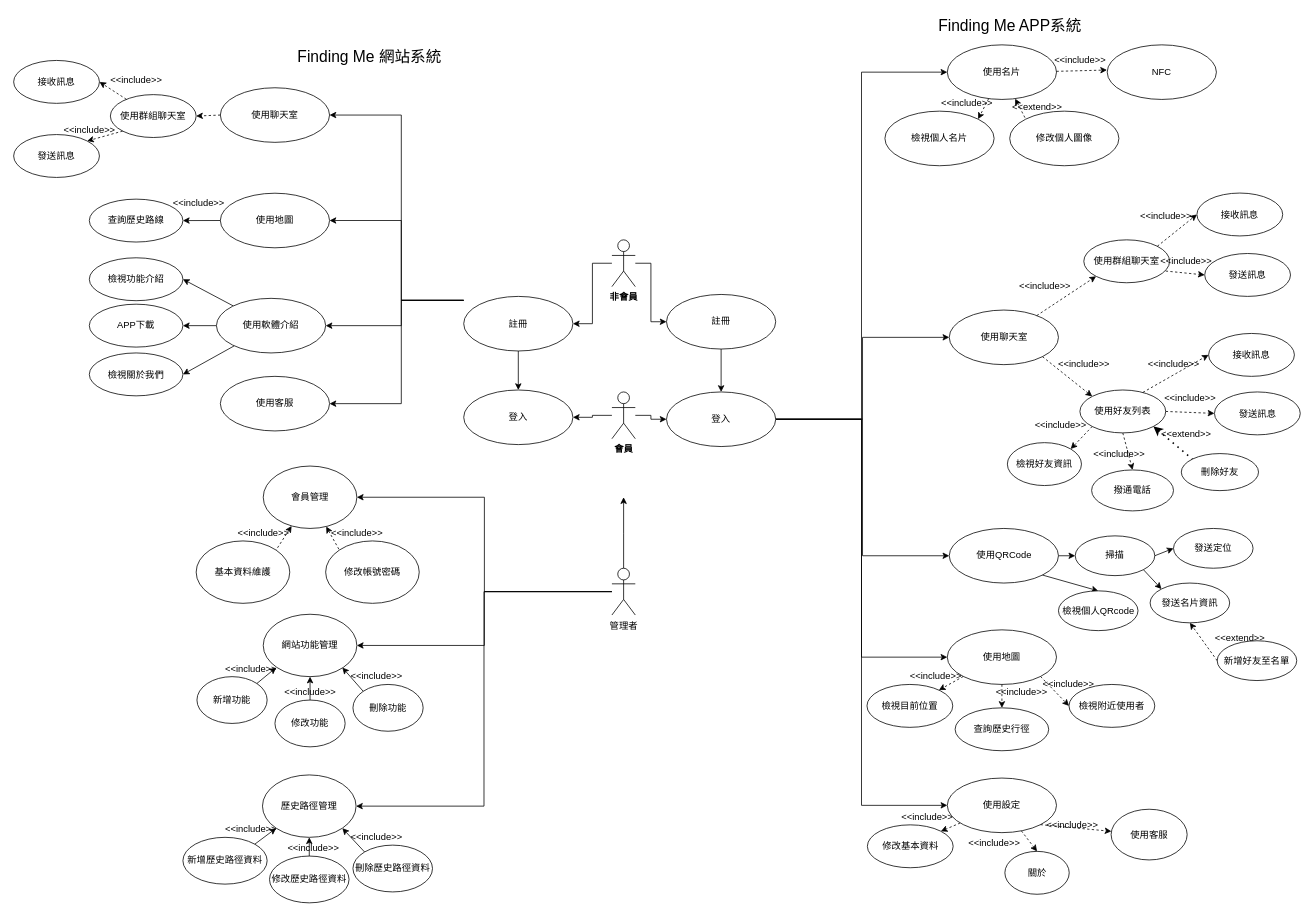
Before: page "使用個案圖" (1 of 3) of Untitled Diagram.drawio in may900620/codepanimg, a draw.io diagram. Source tidied: cells renumbered, new cells numbered last; positions are measured from the earlier drawing's top-left corner, leaving out a move shared by most shapes. Both pictures are drawn from the tidied source at 78%, with x=0, y=0 at pixel (13, 13).
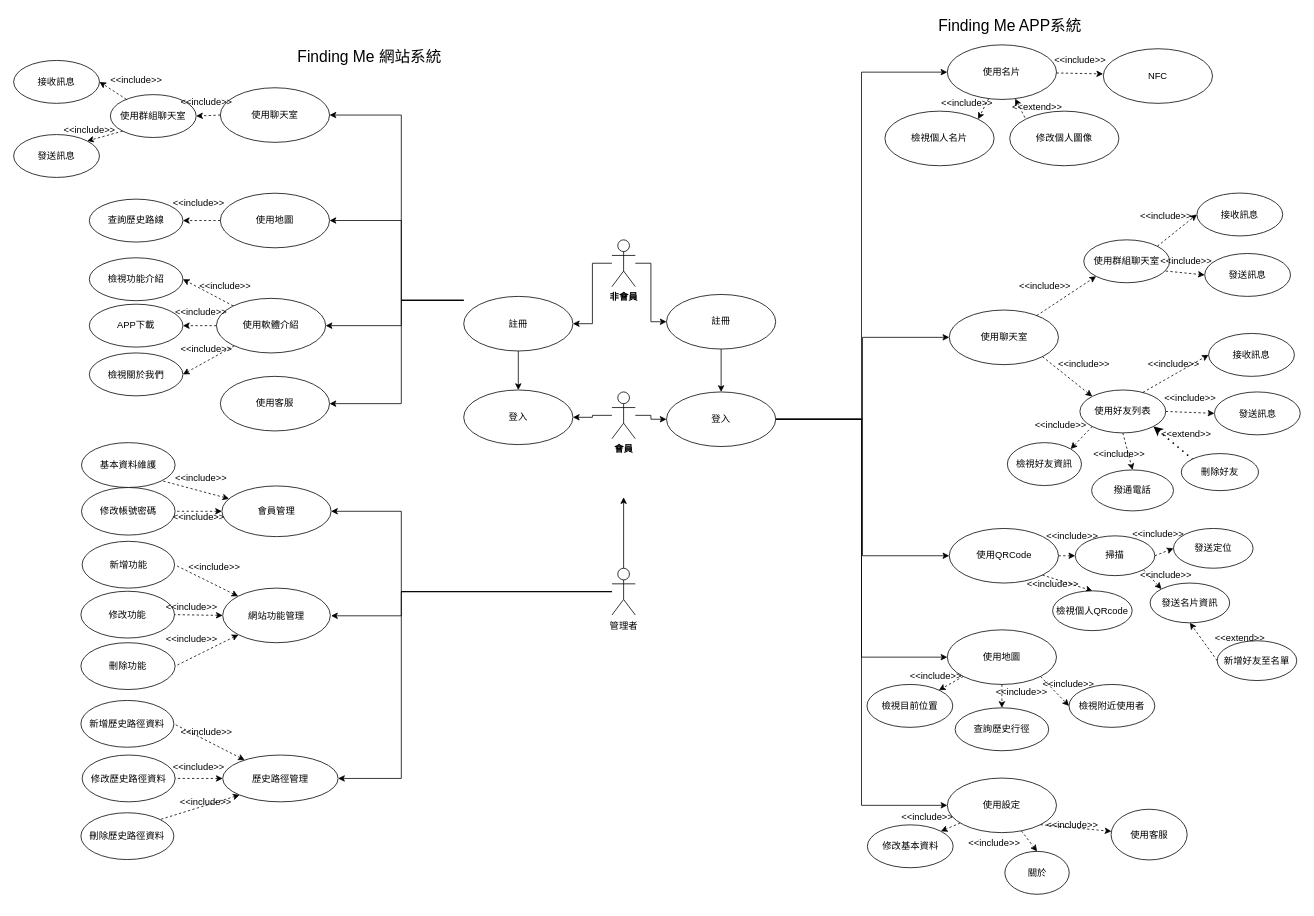
The same page after the edit.

The change refers to these unchanged cells:
```xml
<mxCell id="12" value="管理者" style="shape=umlActor;verticalLabelPosition=bottom;verticalAlign=top;html=1;fillColor=default;strokeColor=default;fontColor=default;" parent="1" vertex="1">
  <mxGeometry x="767" y="711" width="30" height="60" as="geometry" />
</mxCell>
<mxCell id="16" value="&lt;div&gt;發送定位&lt;/div&gt;" style="ellipse;whiteSpace=wrap;html=1;fillColor=default;strokeColor=default;fontColor=default;" parent="1" vertex="1">
  <mxGeometry x="1487" y="660" width="102" height="51" as="geometry" />
</mxCell>
<mxCell id="20" value="使用QRCode" style="ellipse;whiteSpace=wrap;html=1;fillColor=default;strokeColor=default;fontColor=default;" parent="1" vertex="1">
  <mxGeometry x="1199.5" y="660" width="140" height="70" as="geometry" />
</mxCell>
<mxCell id="38" value="&lt;div&gt;發送名片資訊&lt;/div&gt;" style="ellipse;whiteSpace=wrap;html=1;fillColor=default;strokeColor=default;fontColor=default;" parent="1" vertex="1">
  <mxGeometry x="1457" y="730" width="102" height="51" as="geometry" />
</mxCell>
<mxCell id="128" value="掃描" style="ellipse;whiteSpace=wrap;html=1;fillColor=default;strokeColor=default;fontColor=default;" parent="1" vertex="1">
  <mxGeometry x="1361" y="669.5" width="102" height="51" as="geometry" />
</mxCell>
<mxCell id="138" value="查詢歷史路線" style="ellipse;whiteSpace=wrap;html=1;fillColor=default;strokeColor=default;fontColor=default;" parent="1" vertex="1">
  <mxGeometry x="97" y="237.8" width="120" height="55" as="geometry" />
</mxCell>
<mxCell id="139" value="&lt;div&gt;使用地圖&lt;/div&gt;" style="ellipse;whiteSpace=wrap;html=1;fillColor=default;strokeColor=default;fontColor=default;" parent="1" vertex="1">
  <mxGeometry x="265" y="230.2" width="140" height="70" as="geometry" />
</mxCell>
<mxCell id="145" value="使用軟體介紹" style="ellipse;whiteSpace=wrap;html=1;fillColor=default;strokeColor=default;fontColor=default;" parent="1" vertex="1">
  <mxGeometry x="260" y="365" width="140" height="70" as="geometry" />
</mxCell>
<mxCell id="146" value="檢視功能介紹" style="ellipse;whiteSpace=wrap;html=1;fillColor=default;strokeColor=default;fontColor=default;" parent="1" vertex="1">
  <mxGeometry x="97" y="313" width="120" height="55" as="geometry" />
</mxCell>
<mxCell id="147" value="APP下載" style="ellipse;whiteSpace=wrap;html=1;fillColor=default;strokeColor=default;fontColor=default;" parent="1" vertex="1">
  <mxGeometry x="97" y="372.5" width="120" height="55" as="geometry" />
</mxCell>
<mxCell id="148" value="檢視關於我們" style="ellipse;whiteSpace=wrap;html=1;fillColor=default;strokeColor=default;fontColor=default;" parent="1" vertex="1">
  <mxGeometry x="97" y="435" width="120" height="55" as="geometry" />
</mxCell>
```

Diff of the diagram source:
```diff
@@
     <mxCell id="9" style="edgeStyle=orthogonalEdgeStyle;rounded=0;jettySize=auto;html=1;entryX=1;entryY=0.5;entryDx=0;entryDy=0;startArrow=none;startFill=0;endArrow=classic;endFill=1;" parent="1" edge="1" source="12" target="90">
-      <mxGeometry relative="1" as="geometry" />
+      <mxGeometry relative="1" as="geometry">
+        <Array as="points">
+          <mxPoint x="497" y="741" />
+          <mxPoint x="497" y="638" />
+        </Array>
+      </mxGeometry>
     </mxCell>
-    <mxCell id="10" style="edgeStyle=orthogonalEdgeStyle;rounded=0;jettySize=auto;html=1;entryX=1;entryY=0.5;entryDx=0;entryDy=0;startArrow=none;startFill=0;endArrow=classic;endFill=1;" parent="1" edge="1" source="12" target="96">
-      <mxGeometry relative="1" as="geometry" />
-    </mxCell>
     <mxCell id="11" style="edgeStyle=orthogonalEdgeStyle;rounded=0;jettySize=auto;html=1;entryX=1;entryY=0.5;entryDx=0;entryDy=0;startArrow=none;startFill=0;endArrow=classic;endFill=1;" parent="1" edge="1" source="12" target="97">
-      <mxGeometry relative="1" as="geometry" />
+      <mxGeometry relative="1" as="geometry">
+        <Array as="points">
+          <mxPoint x="497" y="741" />
+          <mxPoint x="497" y="981" />
+          <mxPoint x="416" y="981" />
+        </Array>
+      </mxGeometry>
     </mxCell>
+    <mxCell id="150" style="edgeStyle=orthogonalEdgeStyle;rounded=0;jettySize=auto;html=1;startArrow=none;startFill=0;endArrow=classic;endFill=1;" parent="1" edge="1" source="12">
+      <mxGeometry relative="1" as="geometry">
+        <mxPoint x="407" y="772" as="targetPoint" />
+        <Array as="points">
+          <mxPoint x="497" y="741" />
+          <mxPoint x="497" y="772" />
+        </Array>
+      </mxGeometry>
+    </mxCell>
@@
-    <mxCell id="17" style="edgeStyle=none;rounded=0;jettySize=auto;html=1;entryX=0;entryY=0;entryDx=0;entryDy=0;labelBackgroundColor=default;fontColor=default;endArrow=classic;endFill=1;strokeColor=default;startArrow=none;startFill=0;exitX=1;exitY=1;exitDx=0;exitDy=0;" parent="1" edge="1" source="128" target="38">
+    <mxCell id="17" style="edgeStyle=none;rounded=0;jettySize=auto;html=1;entryX=0;entryY=0;entryDx=0;entryDy=0;labelBackgroundColor=default;fontColor=default;endArrow=classic;endFill=1;strokeColor=default;startArrow=none;startFill=0;exitX=1;exitY=1;exitDx=0;exitDy=0;dashed=1;" parent="1" edge="1" source="128" target="38">
       <mxGeometry relative="1" as="geometry" />
     </mxCell>
-    <mxCell id="18" style="edgeStyle=none;rounded=0;jettySize=auto;html=1;entryX=0;entryY=0.5;entryDx=0;entryDy=0;labelBackgroundColor=default;fontColor=default;endArrow=classic;endFill=1;strokeColor=default;startArrow=none;startFill=0;exitX=1;exitY=0.5;exitDx=0;exitDy=0;" parent="1" edge="1" source="128" target="16">
+    <mxCell id="18" style="edgeStyle=none;rounded=0;jettySize=auto;html=1;entryX=0;entryY=0.5;entryDx=0;entryDy=0;labelBackgroundColor=default;fontColor=default;endArrow=classic;endFill=1;strokeColor=default;startArrow=none;startFill=0;exitX=1;exitY=0.5;exitDx=0;exitDy=0;dashed=1;" parent="1" edge="1" source="128" target="16">
       <mxGeometry relative="1" as="geometry" />
     </mxCell>
-    <mxCell id="19" style="rounded=0;jettySize=auto;html=1;entryX=0;entryY=0.5;entryDx=0;entryDy=0;startArrow=none;startFill=0;endArrow=classic;endFill=1;" parent="1" edge="1" source="20" target="128">
+    <mxCell id="19" style="rounded=0;jettySize=auto;html=1;entryX=0;entryY=0.5;entryDx=0;entryDy=0;startArrow=none;startFill=0;endArrow=classic;endFill=1;dashed=1;" parent="1" edge="1" source="20" target="128">
       <mxGeometry relative="1" as="geometry" />
     </mxCell>
@@
-    <mxCell id="88" style="rounded=0;jettySize=auto;html=1;entryX=1;entryY=0;entryDx=0;entryDy=0;labelBackgroundColor=default;fontColor=default;endArrow=none;endFill=0;strokeColor=default;dashed=1;startArrow=classic;startFill=1;" parent="1" edge="1" source="90" target="92">
+    <mxCell id="88" style="rounded=0;jettySize=auto;html=1;entryX=1;entryY=1;entryDx=0;entryDy=0;labelBackgroundColor=default;fontColor=default;endArrow=none;endFill=0;strokeColor=default;dashed=1;startArrow=classic;startFill=1;" parent="1" edge="1" source="90" target="92">
       <mxGeometry relative="1" as="geometry" />
     </mxCell>
-    <mxCell id="89" style="edgeStyle=none;rounded=0;jettySize=auto;html=1;entryX=0;entryY=0;entryDx=0;entryDy=0;dashed=1;labelBackgroundColor=default;fontColor=default;endArrow=none;endFill=0;strokeColor=default;startArrow=classic;startFill=1;" parent="1" edge="1" source="90" target="91">
+    <mxCell id="89" style="edgeStyle=none;rounded=0;jettySize=auto;html=1;entryX=1;entryY=0.5;entryDx=0;entryDy=0;dashed=1;labelBackgroundColor=default;fontColor=default;endArrow=none;endFill=0;strokeColor=default;startArrow=classic;startFill=1;" parent="1" edge="1" source="90" target="91">
       <mxGeometry relative="1" as="geometry" />
     </mxCell>
     <mxCell id="90" value="會員管理" style="ellipse;whiteSpace=wrap;html=1;fontColor=default;strokeColor=default;fillColor=default;" parent="1" vertex="1">
-      <mxGeometry x="320" y="580" width="120" height="80" as="geometry" />
+      <mxGeometry x="267" y="605.5" width="140" height="65" as="geometry" />
     </mxCell>
     <mxCell id="91" value="修改帳號密碼" style="ellipse;whiteSpace=wrap;html=1;fontColor=default;strokeColor=default;fillColor=default;" parent="1" vertex="1">
-      <mxGeometry x="400" y="676" width="120" height="80" as="geometry" />
+      <mxGeometry x="87" y="607.5" width="120" height="61" as="geometry" />
     </mxCell>
     <mxCell id="92" value="基本資料維護" style="ellipse;whiteSpace=wrap;html=1;fontColor=default;strokeColor=default;fillColor=default;" parent="1" vertex="1">
-      <mxGeometry x="234" y="676" width="120" height="80" as="geometry" />
+      <mxGeometry x="87" y="550" width="120" height="57.5" as="geometry" />
     </mxCell>
     <mxCell id="93" value="&amp;lt;&amp;lt;include&amp;gt;&amp;gt;" style="text;html=1;align=center;verticalAlign=middle;strokeColor=none;fillColor=none;fontColor=default;" parent="1" vertex="1">
-      <mxGeometry x="280" y="656" width="80" height="20" as="geometry" />
+      <mxGeometry x="197" y="635.5" width="80" height="20" as="geometry" />
     </mxCell>
     <mxCell id="94" value="&amp;lt;&amp;lt;include&amp;gt;&amp;gt;" style="text;html=1;align=center;verticalAlign=middle;strokeColor=none;fillColor=none;fontColor=default;" parent="1" vertex="1">
-      <mxGeometry x="400" y="656" width="80" height="20" as="geometry" />
+      <mxGeometry x="200" y="585.5" width="80" height="20" as="geometry" />
     </mxCell>
@@
     <mxCell id="96" value="網站功能管理" style="ellipse;whiteSpace=wrap;html=1;fontColor=default;strokeColor=default;fillColor=default;" parent="1" vertex="1">
-      <mxGeometry x="320" y="770" width="120" height="80" as="geometry" />
+      <mxGeometry x="268" y="736.5" width="138" height="70" as="geometry" />
     </mxCell>
     <mxCell id="97" value="歷史路徑管理" style="ellipse;whiteSpace=wrap;html=1;fontColor=default;strokeColor=default;fillColor=default;" parent="1" vertex="1">
-      <mxGeometry x="319" y="976" width="120" height="80" as="geometry" />
+      <mxGeometry x="268" y="950.5" width="148" height="60" as="geometry" />
     </mxCell>
     <mxCell id="98" value="新增歷史路徑資料" style="ellipse;whiteSpace=wrap;html=1;" parent="1" vertex="1">
-      <mxGeometry x="217" y="1056" width="108" height="60" as="geometry" />
+      <mxGeometry x="86.2" y="880.5" width="119.2" height="60" as="geometry" />
     </mxCell>
     <mxCell id="99" value="修改歷史路徑資料" style="ellipse;whiteSpace=wrap;html=1;" parent="1" vertex="1">
-      <mxGeometry x="328" y="1080" width="102" height="60" as="geometry" />
+      <mxGeometry x="87.8" y="950.5" width="119.2" height="60" as="geometry" />
     </mxCell>
     <mxCell id="100" value="刪除歷史路徑資料" style="ellipse;whiteSpace=wrap;html=1;" parent="1" vertex="1">
-      <mxGeometry x="435" y="1066" width="102" height="60" as="geometry" />
+      <mxGeometry x="86.2" y="1024.5" width="119.2" height="60" as="geometry" />
     </mxCell>
-    <mxCell id="101" style="endArrow=none;html=1;rounded=0;entryX=1;entryY=0;entryDx=0;entryDy=0;exitX=0;exitY=1;exitDx=0;exitDy=0;endFill=0;startArrow=classic;startFill=1;" parent="1" edge="1" source="97" target="98">
+    <mxCell id="101" style="endArrow=none;html=1;rounded=0;entryX=1;entryY=0.5;entryDx=0;entryDy=0;endFill=0;startArrow=classic;startFill=1;dashed=1;" parent="1" edge="1" source="97" target="98">
       <mxGeometry relative="1" as="geometry" />
     </mxCell>
-    <mxCell id="102" style="endArrow=none;html=1;rounded=0;entryX=0.5;entryY=0;entryDx=0;entryDy=0;exitX=0.5;exitY=1;exitDx=0;exitDy=0;endFill=0;startArrow=classic;startFill=1;" parent="1" edge="1" source="97" target="99">
+    <mxCell id="102" style="endArrow=none;html=1;rounded=0;entryX=1;entryY=0.5;entryDx=0;entryDy=0;exitX=0;exitY=0.5;exitDx=0;exitDy=0;endFill=0;startArrow=classic;startFill=1;dashed=1;" parent="1" edge="1" source="97" target="99">
       <mxGeometry relative="1" as="geometry" />
     </mxCell>
-    <mxCell id="103" style="endArrow=none;html=1;rounded=0;entryX=0;entryY=0;entryDx=0;entryDy=0;exitX=1;exitY=1;exitDx=0;exitDy=0;endFill=0;startArrow=classic;startFill=1;" parent="1" edge="1" source="97" target="100">
+    <mxCell id="103" style="endArrow=none;html=1;rounded=0;entryX=1;entryY=0;entryDx=0;entryDy=0;exitX=0;exitY=1;exitDx=0;exitDy=0;endFill=0;startArrow=classic;startFill=1;dashed=1;" parent="1" edge="1" source="97" target="100">
       <mxGeometry relative="1" as="geometry" />
     </mxCell>
     <mxCell id="104" value="&amp;lt;&amp;lt;include&amp;gt;&amp;gt;" style="text;html=1;align=center;verticalAlign=middle;strokeColor=none;fillColor=none;fontColor=default;" parent="1" vertex="1">
-      <mxGeometry x="264" y="1036" width="80" height="20" as="geometry" />
+      <mxGeometry x="207" y="910.5" width="80" height="20" as="geometry" />
     </mxCell>
     <mxCell id="105" value="&amp;lt;&amp;lt;include&amp;gt;&amp;gt;" style="text;html=1;align=center;verticalAlign=middle;strokeColor=none;fillColor=none;fontColor=default;" parent="1" vertex="1">
-      <mxGeometry x="344" y="1060" width="80" height="20" as="geometry" />
+      <mxGeometry x="197" y="955.5" width="80" height="20" as="geometry" />
     </mxCell>
     <mxCell id="106" value="&amp;lt;&amp;lt;include&amp;gt;&amp;gt;" style="text;html=1;align=center;verticalAlign=middle;strokeColor=none;fillColor=none;fontColor=default;" parent="1" vertex="1">
-      <mxGeometry x="425" y="1046" width="80" height="20" as="geometry" />
+      <mxGeometry x="205.5" y="1000.5" width="80" height="20" as="geometry" />
     </mxCell>
     <mxCell id="107" value="新增功能" style="ellipse;whiteSpace=wrap;html=1;" parent="1" vertex="1">
-      <mxGeometry x="235" y="850" width="90" height="60" as="geometry" />
+      <mxGeometry x="87.8" y="676.5" width="118.5" height="60" as="geometry" />
     </mxCell>
     <mxCell id="108" value="修改功能" style="ellipse;whiteSpace=wrap;html=1;" parent="1" vertex="1">
-      <mxGeometry x="335" y="880" width="90" height="60" as="geometry" />
+      <mxGeometry x="86.2" y="740.5" width="120" height="60" as="geometry" />
     </mxCell>
     <mxCell id="109" value="刪除功能" style="ellipse;whiteSpace=wrap;html=1;" parent="1" vertex="1">
-      <mxGeometry x="435" y="860" width="90" height="60" as="geometry" />
+      <mxGeometry x="86.2" y="806.5" width="120.8" height="60" as="geometry" />
     </mxCell>
-    <mxCell id="110" style="endArrow=none;html=1;rounded=0;entryX=1;entryY=0;entryDx=0;entryDy=0;exitX=0;exitY=1;exitDx=0;exitDy=0;endFill=0;startArrow=classic;startFill=1;" parent="1" edge="1" target="107">
-      <mxGeometry relative="1" as="geometry">
-        <mxPoint x="336.6" y="838.3" as="sourcePoint" />
-      </mxGeometry>
+    <mxCell id="110" style="endArrow=none;html=1;rounded=0;entryX=1;entryY=0.5;entryDx=0;entryDy=0;endFill=0;startArrow=classic;startFill=1;dashed=1;" parent="1" edge="1" source="96" target="107">
+      <mxGeometry relative="1" as="geometry" />
     </mxCell>
-    <mxCell id="111" style="endArrow=none;html=1;rounded=0;entryX=0.5;entryY=0;entryDx=0;entryDy=0;endFill=0;startArrow=classic;startFill=1;" parent="1" edge="1" target="108">
-      <mxGeometry relative="1" as="geometry">
-        <mxPoint x="380" y="850" as="sourcePoint" />
-      </mxGeometry>
+    <mxCell id="111" style="endArrow=none;html=1;rounded=0;entryX=1;entryY=0.5;entryDx=0;entryDy=0;endFill=0;startArrow=classic;startFill=1;exitX=0;exitY=0.5;exitDx=0;exitDy=0;dashed=1;" parent="1" edge="1" source="96" target="108">
+      <mxGeometry relative="1" as="geometry" />
     </mxCell>
-    <mxCell id="112" style="endArrow=none;html=1;rounded=0;entryX=0;entryY=0;entryDx=0;entryDy=0;exitX=1;exitY=1;exitDx=0;exitDy=0;endFill=0;startArrow=classic;startFill=1;" parent="1" edge="1" target="109">
-      <mxGeometry relative="1" as="geometry">
-        <mxPoint x="421.4" y="838.3" as="sourcePoint" />
-      </mxGeometry>
+    <mxCell id="112" style="endArrow=none;html=1;rounded=0;entryX=1;entryY=0.5;entryDx=0;entryDy=0;exitX=0;exitY=1;exitDx=0;exitDy=0;endFill=0;startArrow=classic;startFill=1;dashed=1;" parent="1" edge="1" source="96" target="109">
+      <mxGeometry relative="1" as="geometry" />
     </mxCell>
     <mxCell id="113" value="&amp;lt;&amp;lt;include&amp;gt;&amp;gt;" style="text;html=1;align=center;verticalAlign=middle;strokeColor=none;fillColor=none;fontColor=default;" parent="1" vertex="1">
-      <mxGeometry x="264" y="830" width="80" height="20" as="geometry" />
+      <mxGeometry x="217" y="700" width="80" height="20" as="geometry" />
     </mxCell>
     <mxCell id="114" value="&amp;lt;&amp;lt;include&amp;gt;&amp;gt;" style="text;html=1;align=center;verticalAlign=middle;strokeColor=none;fillColor=none;fontColor=default;" parent="1" vertex="1">
-      <mxGeometry x="340" y="860" width="80" height="20" as="geometry" />
+      <mxGeometry x="188" y="751" width="80" height="20" as="geometry" />
     </mxCell>
     <mxCell id="115" value="&amp;lt;&amp;lt;include&amp;gt;&amp;gt;" style="text;html=1;align=center;verticalAlign=middle;strokeColor=none;fillColor=none;fontColor=default;" parent="1" vertex="1">
-      <mxGeometry x="425" y="840" width="80" height="20" as="geometry" />
+      <mxGeometry x="188" y="791.5" width="80" height="20" as="geometry" />
     </mxCell>
@@
     <mxCell id="119" value="NFC" style="ellipse;whiteSpace=wrap;html=1;fillColor=default;strokeColor=default;fontColor=default;" parent="1" vertex="1">
-      <mxGeometry x="1402" y="40" width="140" height="70" as="geometry" />
+      <mxGeometry x="1397" y="45" width="140" height="70" as="geometry" />
     </mxCell>
@@
-    <mxCell id="127" style="edgeStyle=none;rounded=0;jettySize=auto;html=1;entryX=0.5;entryY=0;entryDx=0;entryDy=0;startArrow=none;startFill=0;endArrow=classic;endFill=1;exitX=1;exitY=1;exitDx=0;exitDy=0;" parent="1" edge="1" source="20" target="129">
+    <mxCell id="127" style="edgeStyle=none;rounded=0;jettySize=auto;html=1;entryX=0.5;entryY=0;entryDx=0;entryDy=0;startArrow=none;startFill=0;endArrow=classic;endFill=1;exitX=1;exitY=1;exitDx=0;exitDy=0;dashed=1;" parent="1" edge="1" source="20" target="129">
       <mxGeometry relative="1" as="geometry" />
     </mxCell>
@@
     <mxCell id="129" value="檢視個人QRcode" style="ellipse;whiteSpace=wrap;html=1;fillColor=default;strokeColor=default;fontColor=default;" parent="1" vertex="1">
-      <mxGeometry x="1339.5" y="740" width="102" height="51" as="geometry" />
+      <mxGeometry x="1332" y="740" width="102" height="51" as="geometry" />
     </mxCell>
@@
-    <mxCell id="141" style="rounded=0;jettySize=auto;html=1;startArrow=none;startFill=0;endArrow=classic;endFill=1;entryX=1;entryY=0.5;entryDx=0;entryDy=0;" parent="1" edge="1" source="139" target="138">
+    <mxCell id="141" style="rounded=0;jettySize=auto;html=1;startArrow=none;startFill=0;endArrow=classic;endFill=1;entryX=1;entryY=0.5;entryDx=0;entryDy=0;dashed=1;" parent="1" edge="1" source="139" target="138">
       <mxGeometry relative="1" as="geometry" />
     </mxCell>
-    <mxCell id="142" style="edgeStyle=none;rounded=0;jettySize=auto;html=1;entryX=1;entryY=0.5;entryDx=0;entryDy=0;startArrow=none;startFill=0;endArrow=classic;endFill=1;" parent="1" edge="1" source="145" target="146">
+    <mxCell id="142" style="edgeStyle=none;rounded=0;jettySize=auto;html=1;entryX=1;entryY=0.5;entryDx=0;entryDy=0;startArrow=none;startFill=0;endArrow=classic;endFill=1;dashed=1;" parent="1" edge="1" source="145" target="146">
       <mxGeometry relative="1" as="geometry" />
     </mxCell>
-    <mxCell id="143" style="edgeStyle=none;rounded=0;jettySize=auto;html=1;entryX=1;entryY=0.5;entryDx=0;entryDy=0;startArrow=none;startFill=0;endArrow=classic;endFill=1;" parent="1" edge="1" source="145" target="148">
+    <mxCell id="143" style="edgeStyle=none;rounded=0;jettySize=auto;html=1;entryX=1;entryY=0.5;entryDx=0;entryDy=0;startArrow=none;startFill=0;endArrow=classic;endFill=1;dashed=1;" parent="1" edge="1" source="145" target="148">
       <mxGeometry relative="1" as="geometry" />
     </mxCell>
-    <mxCell id="144" style="edgeStyle=none;rounded=0;jettySize=auto;html=1;entryX=1;entryY=0.5;entryDx=0;entryDy=0;startArrow=none;startFill=0;endArrow=classic;endFill=1;" parent="1" edge="1" source="145" target="147">
+    <mxCell id="144" style="edgeStyle=none;rounded=0;jettySize=auto;html=1;entryX=1;entryY=0.5;entryDx=0;entryDy=0;startArrow=none;startFill=0;endArrow=classic;endFill=1;dashed=1;" parent="1" edge="1" source="145" target="147">
       <mxGeometry relative="1" as="geometry" />
     </mxCell>
@@
+    <mxCell id="151" value="&amp;lt;&amp;lt;include&amp;gt;&amp;gt;" style="text;html=1;align=center;verticalAlign=middle;strokeColor=none;fillColor=none;fontColor=default;" parent="1" vertex="1">
+      <mxGeometry x="207" y="103.8" width="80" height="20" as="geometry" />
+    </mxCell>
+    <mxCell id="152" value="&amp;lt;&amp;lt;include&amp;gt;&amp;gt;" style="text;html=1;align=center;verticalAlign=middle;strokeColor=none;fillColor=none;fontColor=default;" parent="1" vertex="1">
+      <mxGeometry x="231" y="340" width="80" height="20" as="geometry" />
+    </mxCell>
+    <mxCell id="153" value="&amp;lt;&amp;lt;include&amp;gt;&amp;gt;" style="text;html=1;align=center;verticalAlign=middle;strokeColor=none;fillColor=none;fontColor=default;" parent="1" vertex="1">
+      <mxGeometry x="200" y="372.5" width="80" height="20" as="geometry" />
+    </mxCell>
+    <mxCell id="154" value="&amp;lt;&amp;lt;include&amp;gt;&amp;gt;" style="text;html=1;align=center;verticalAlign=middle;strokeColor=none;fillColor=none;fontColor=default;" parent="1" vertex="1">
+      <mxGeometry x="207" y="420" width="80" height="20" as="geometry" />
+    </mxCell>
+    <mxCell id="155" value="&amp;lt;&amp;lt;include&amp;gt;&amp;gt;" style="text;html=1;align=center;verticalAlign=middle;strokeColor=none;fillColor=none;fontColor=default;" parent="1" vertex="1">
+      <mxGeometry x="1317" y="660" width="80" height="20" as="geometry" />
+    </mxCell>
+    <mxCell id="156" value="&amp;lt;&amp;lt;include&amp;gt;&amp;gt;" style="text;html=1;align=center;verticalAlign=middle;strokeColor=none;fillColor=none;fontColor=default;" parent="1" vertex="1">
+      <mxGeometry x="1292" y="720.5" width="80" height="20" as="geometry" />
+    </mxCell>
+    <mxCell id="157" value="&amp;lt;&amp;lt;include&amp;gt;&amp;gt;" style="text;html=1;align=center;verticalAlign=middle;strokeColor=none;fillColor=none;fontColor=default;" parent="1" vertex="1">
+      <mxGeometry x="1427" y="656.5" width="80" height="20" as="geometry" />
+    </mxCell>
+    <mxCell id="158" value="&amp;lt;&amp;lt;include&amp;gt;&amp;gt;" style="text;html=1;align=center;verticalAlign=middle;strokeColor=none;fillColor=none;fontColor=default;" parent="1" vertex="1">
+      <mxGeometry x="1437" y="710" width="80" height="20" as="geometry" />
+    </mxCell>
```
